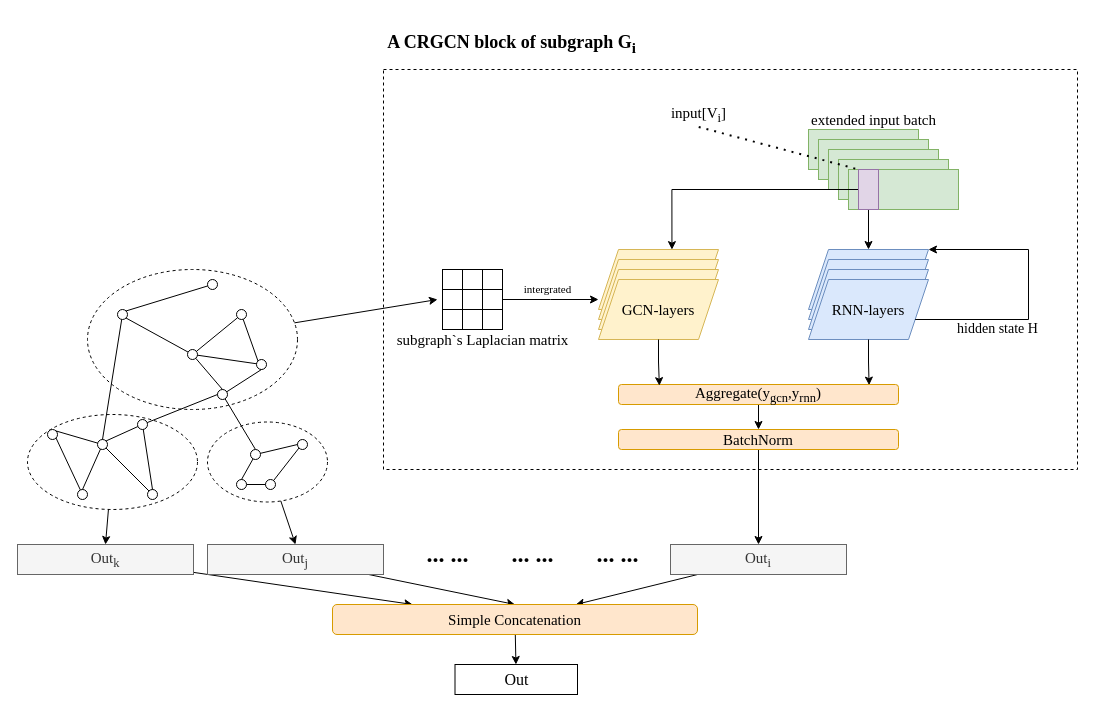
Before: 神经网络.drawio in streakyPorker/drawio-diagrams, a draw.io diagram. Source tidied: cells renumbered, new cells numbered last; positions are measured from the earlier drawing's top-left corner, leaving out a move shared by most shapes. Both pictures are drawn from the tidied source at 100%, with x=0, y=0 at pixel (17, 19).
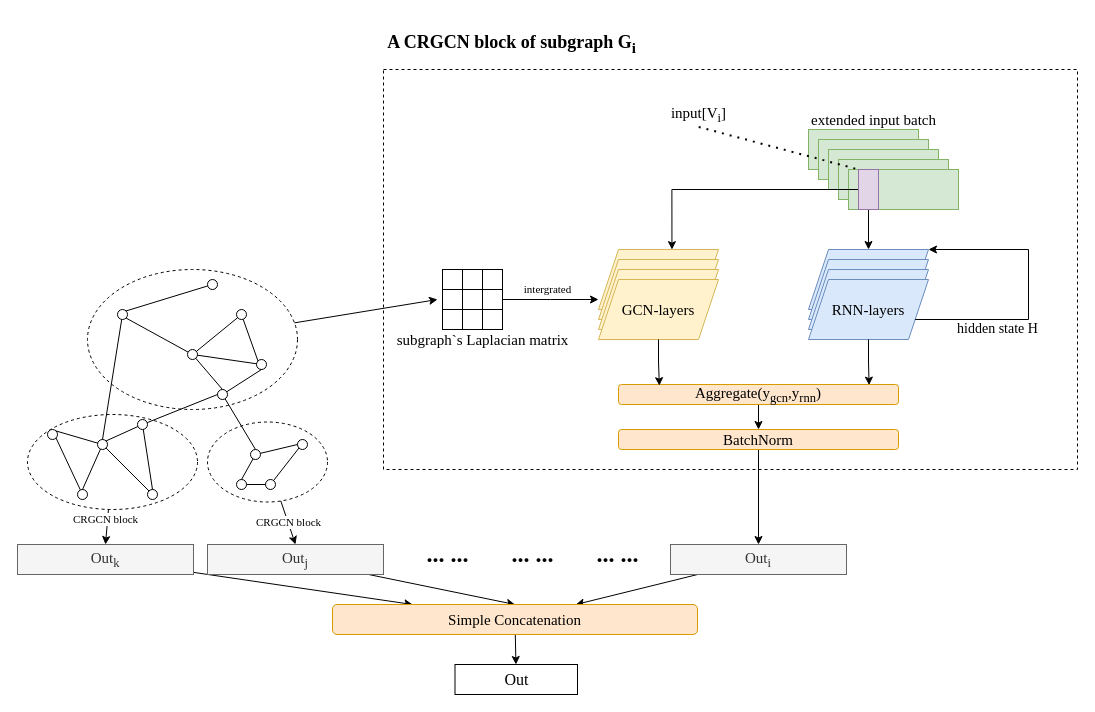
After the change.

Unchanged cells that the change refers to:
```xml
<mxCell id="3" style="ellipse;whiteSpace=wrap;html=1;dashed=1;" parent="2" vertex="1">
  <mxGeometry x="160" y="142.5" width="120" height="80" as="geometry" />
</mxCell>
<mxCell id="4" style="ellipse;whiteSpace=wrap;html=1;dashed=1;" parent="2" vertex="1">
  <mxGeometry x="-20" y="135" width="170" height="95" as="geometry" />
</mxCell>
<mxCell id="85" value="&lt;font style=&quot;font-size: 15px;&quot;&gt;Out&lt;sub&gt;k&lt;/sub&gt;&lt;/font&gt;" style="rounded=0;whiteSpace=wrap;html=1;fontFamily=Times New Roman;fillColor=#f5f5f5;fontColor=#333333;strokeColor=#666666;" parent="1" vertex="1">
  <mxGeometry y="525" width="176" height="30" as="geometry" />
</mxCell>
<mxCell id="87" value="&lt;font style=&quot;font-size: 15px;&quot;&gt;Out&lt;sub style=&quot;&quot;&gt;j&lt;/sub&gt;&lt;/font&gt;" style="rounded=0;whiteSpace=wrap;html=1;fontFamily=Times New Roman;fillColor=#f5f5f5;fontColor=#333333;strokeColor=#666666;" parent="1" vertex="1">
  <mxGeometry x="190" y="525" width="176" height="30" as="geometry" />
</mxCell>
```

Change to the diagram source:
```diff
@@
-    <mxCell id="83" style="edgeStyle=none;rounded=0;jettySize=auto;html=1;fontFamily=Times New Roman;endArrow=classic;endFill=1;entryX=0.5;entryY=0;entryDx=0;entryDy=0;" parent="1" edge="1" source="3" target="87">
+    <mxCell id="83" value="CRGCN block" style="edgeStyle=none;rounded=0;jettySize=auto;html=1;fontFamily=Times New Roman;endArrow=classic;endFill=1;entryX=0.5;entryY=0;entryDx=0;entryDy=0;" parent="1" edge="1" source="3" target="87">
       <mxGeometry relative="1" as="geometry" />
     </mxCell>
@@
-    <mxCell id="88" style="edgeStyle=none;rounded=0;jettySize=auto;html=1;fontFamily=Times New Roman;endArrow=classic;endFill=1;entryX=0.5;entryY=0;entryDx=0;entryDy=0;" parent="1" edge="1" source="4" target="85">
-      <mxGeometry relative="1" as="geometry" />
+    <mxCell id="88" value="CRGCN block" style="edgeStyle=none;rounded=0;jettySize=auto;html=1;fontFamily=Times New Roman;endArrow=classic;endFill=1;entryX=0.5;entryY=0;entryDx=0;entryDy=0;" parent="1" edge="1" source="4" target="85">
+      <mxGeometry x="-0.42" y="-2" relative="1" as="geometry" />
     </mxCell>
```
